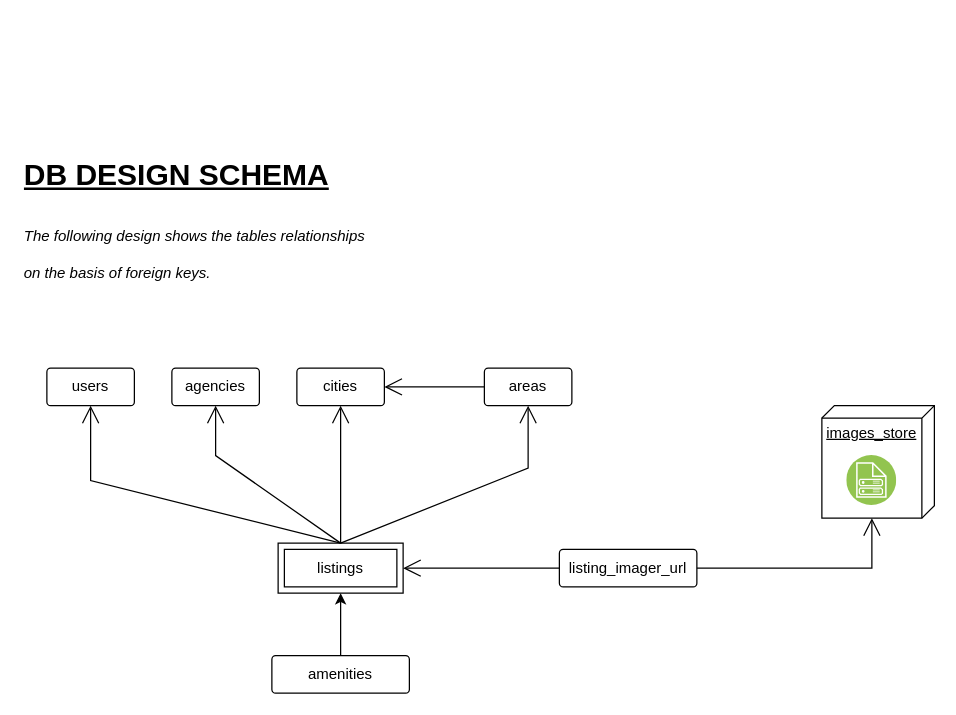
This is database design.drawio from LobashKhatri/openestate-diagrams, a draw.io file, before an edit. Source tidied: cells renumbered, new cells numbered last; positions are measured from the earlier drawing's top-left corner, leaving out a move shared by most shapes. Both pictures are drawn from the tidied source at 125%, with x=0, y=0 at pixel (21, 149).
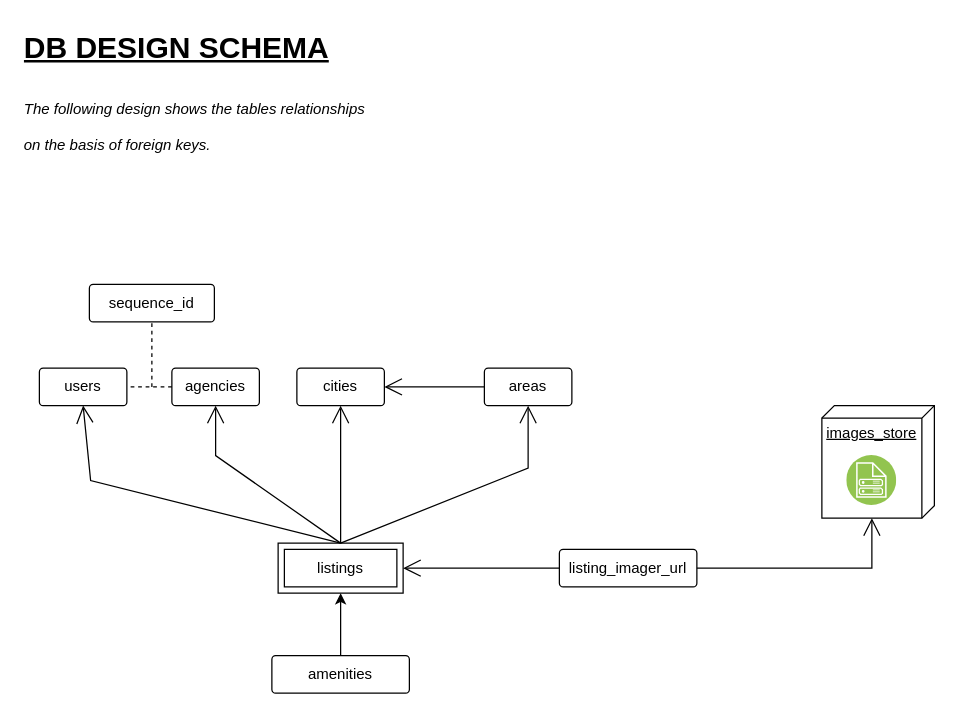
The same page after the edit.

Unchanged cells that the change refers to:
```xml
<mxCell id="2" value="agencies" style="rounded=1;arcSize=10;whiteSpace=wrap;html=1;align=center;" parent="1" vertex="1">
  <mxGeometry x="120" y="175" width="70" height="30" as="geometry" />
</mxCell>
```

The edit, as a diff of the source:
```diff
@@
     <mxCell id="14" value="users" style="rounded=1;arcSize=10;whiteSpace=wrap;html=1;align=center;" parent="1" vertex="1">
-      <mxGeometry x="20" y="175" width="70" height="30" as="geometry" />
+      <mxGeometry x="14" y="175" width="70" height="30" as="geometry" />
     </mxCell>
@@
     <mxCell id="19" value="&lt;h1 style=&quot;margin-top: 0px;&quot;&gt;&lt;span style=&quot;color: light-dark(rgb(0, 0, 0), rgb(255, 255, 255));&quot;&gt;&lt;u&gt;DB DESIGN SCHEMA&lt;/u&gt;&lt;/span&gt;&lt;/h1&gt;&lt;h1 style=&quot;margin-top: 0px;&quot;&gt;&lt;span style=&quot;background-color: transparent; color: light-dark(rgb(0, 0, 0), rgb(255, 255, 255)); font-size: 12px; font-weight: normal;&quot;&gt;&lt;i&gt;The following design shows the tables relationships on the basis of foreign keys.&lt;/i&gt;&lt;/span&gt;&lt;/h1&gt;" style="text;html=1;whiteSpace=wrap;overflow=hidden;rounded=0;" parent="1" vertex="1">
-      <mxGeometry width="290" height="120" as="geometry" />
+      <mxGeometry y="-102" width="290" height="120" as="geometry" />
     </mxCell>
+    <mxCell id="20" value="sequence_id" style="rounded=1;arcSize=10;whiteSpace=wrap;html=1;align=center;" parent="1" vertex="1">
+      <mxGeometry x="54" y="108" width="100" height="30" as="geometry" />
+    </mxCell>
+    <mxCell id="21" style="ellipse;whiteSpace=wrap;html=1;align=center;fillColor=none;strokeColor=none;perimeter=centerPerimeter;" parent="1" vertex="1">
+      <mxGeometry x="230" y="138" width="10" height="10" as="geometry" />
+    </mxCell>
+    <mxCell id="22" style="endArrow=none;dashed=1;html=1;rounded=0;entryX=0.5;entryY=1;entryDx=0;entryDy=0;" parent="1" edge="1" target="20">
+      <mxGeometry relative="1" as="geometry">
+        <mxPoint x="104" y="190" as="sourcePoint" />
+      </mxGeometry>
+    </mxCell>
+    <mxCell id="23" style="endArrow=none;dashed=1;html=1;rounded=0;exitX=0;exitY=0.5;exitDx=0;exitDy=0;entryX=1;entryY=0.5;entryDx=0;entryDy=0;" parent="1" edge="1" source="2" target="14">
+      <mxGeometry relative="1" as="geometry" />
+    </mxCell>
```
